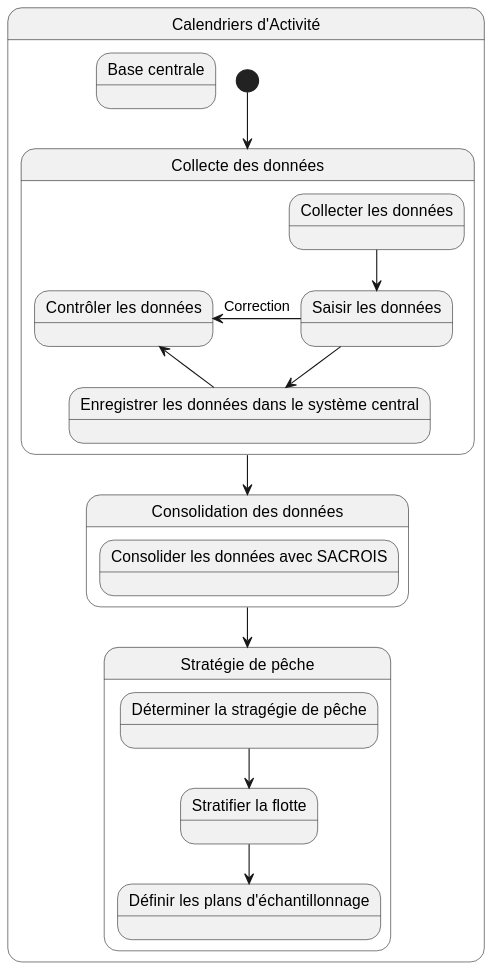
Before: projects/activity-calendar/spe/images/processus-metier.svg, a diagram exported from PlantUML (sumaris-net/sumaris-doc). The source it was exported from:
```plantuml
@startuml

scale 350 width


state "Calendriers d'Activité" as calendriers {

    state "Base centrale" as base

    state "Collecte des données" as collecte {
      state "Collecter les données" as collecter
      state "Saisir les données" as saisir
      state "Enregistrer les données dans le système central" as enregistrer
      state "Contrôler les données" as contrôler
      collecter --> saisir
      saisir --> enregistrer
      enregistrer --> contrôler
      contrôler <--- saisir : Correction
    }

    state "Consolidation des données" as consolidation {
      state "Consolider les données avec SACROIS" as consolider

    }

    state "Stratégie de pêche" as stratégie_peche {
      state "Déterminer la stragégie de pêche" as stratégie
      state "Stratifier la flotte" as stratifier
      state "Définir les plans d'échantillonnage" as échantillonner
      stratégie --> stratifier
      stratifier --> échantillonner
    }

    [*] --> collecte

    collecte --> consolidation
    consolidation --> stratégie_peche
}
@enduml
```
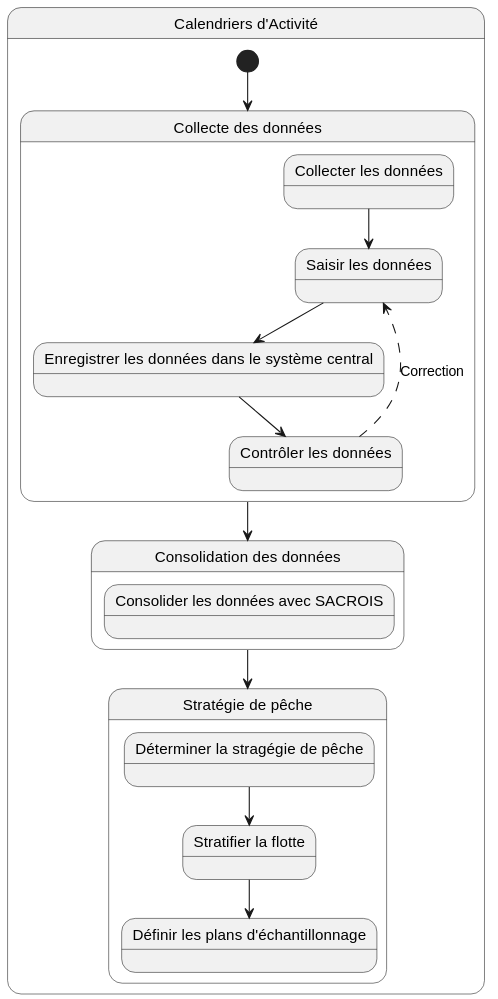
Later version of the same file.

What changed in the source:
```diff
@@ -4,8 +4,6 @@
 
 
 state "Calendriers d'Activité" as calendriers {
-
-    state "Base centrale" as base
 
     state "Collecte des données" as collecte {
       state "Collecter les données" as collecter
@@ -15,7 +13,7 @@
       collecter --> saisir
       saisir --> enregistrer
       enregistrer --> contrôler
-      contrôler <--- saisir : Correction
+      contrôler --[dashed]-> saisir : Correction
     }
 
     state "Consolidation des données" as consolidation {
@@ -32,7 +30,6 @@
     }
 
     [*] --> collecte
-
     collecte --> consolidation
     consolidation --> stratégie_peche
 }
```
